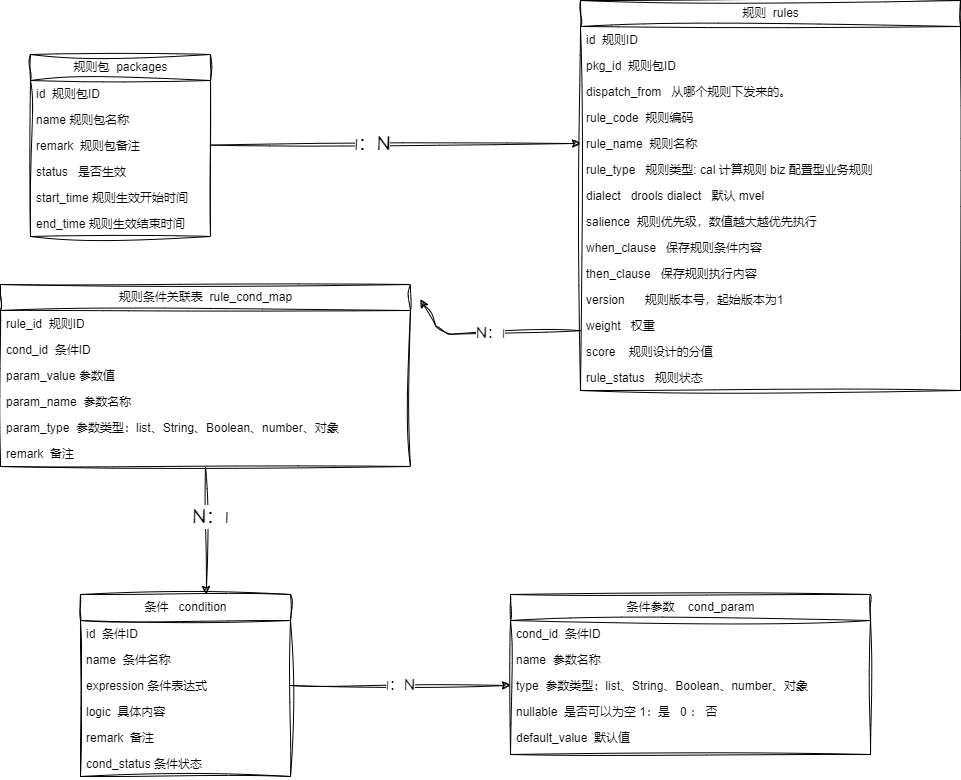
wllpeter/picture keeps this draw.io diagram as drawio/rule_engine/model_engine .png. Above is the earlier version. Source tidied: cells renumbered, new cells last; positions are measured from the earlier drawing's top-left corner, leaving out a move shared by most shapes.
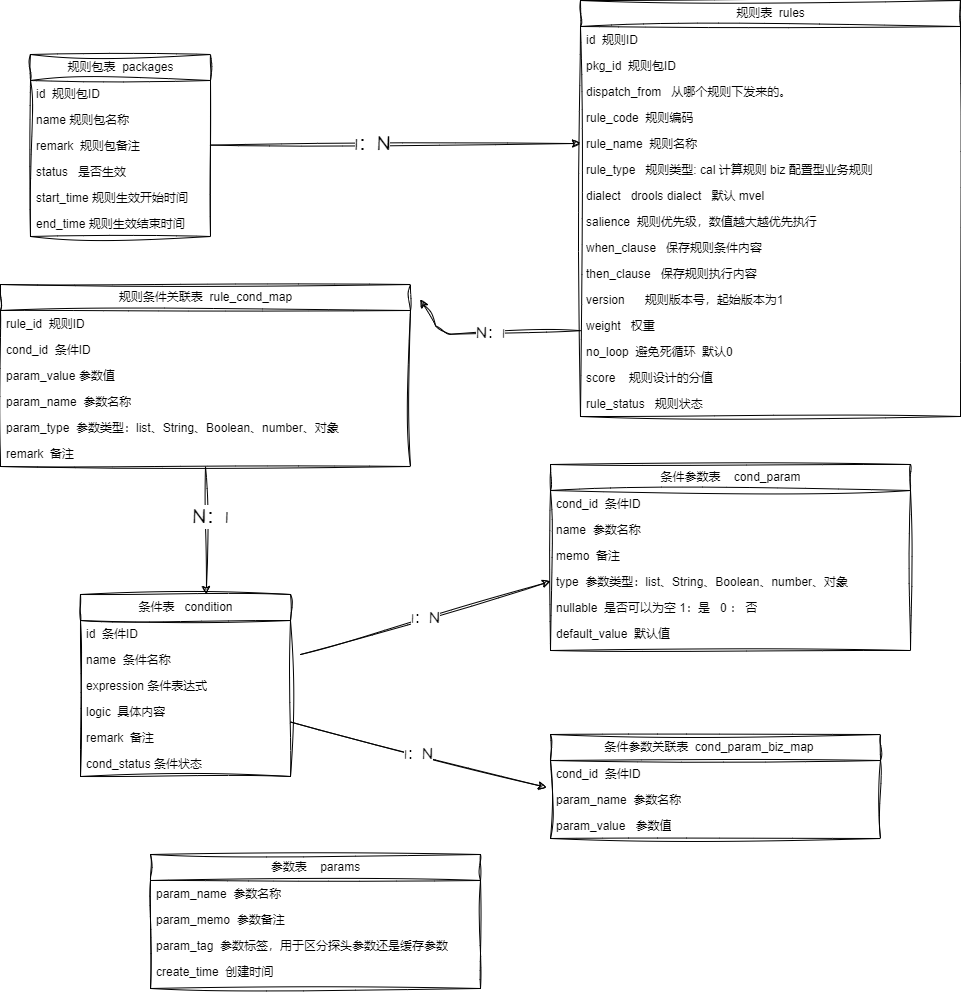
After the commit.

Commit message:
更新表结构

The edit, as a diff of the source:
```diff
@@ -2,7 +2,7 @@
   <root>
     <mxCell id="0" />
     <mxCell id="1" parent="0" />
-    <mxCell id="2" value="规则包&amp;nbsp;&amp;nbsp;packages" style="swimlane;fontStyle=0;horizontal=1;startSize=26;fillColor=none;html=1;sketch=1;curveFitting=1;jiggle=2;" parent="1" vertex="1">
+    <mxCell id="2" value="规则包表&amp;nbsp; packages" style="swimlane;fontStyle=0;horizontal=1;startSize=26;fillColor=none;html=1;sketch=1;curveFitting=1;jiggle=2;" parent="1" vertex="1">
       <mxGeometry x="30" y="54" width="180" height="182" as="geometry" />
     </mxCell>
     <mxCell id="3" value="id&amp;nbsp; 规则包ID" style="text;strokeColor=none;fillColor=none;align=left;verticalAlign=top;spacingLeft=4;spacingRight=4;overflow=hidden;whiteSpace=wrap;html=1;sketch=1;curveFitting=1;jiggle=2;" parent="2" vertex="1">
@@ -23,8 +23,8 @@
     <mxCell id="8" value="end_time 规则生效结束时间" style="text;strokeColor=none;fillColor=none;align=left;verticalAlign=top;spacingLeft=4;spacingRight=4;overflow=hidden;whiteSpace=wrap;html=1;sketch=1;curveFitting=1;jiggle=2;" parent="2" vertex="1">
       <mxGeometry y="156" width="180" height="26" as="geometry" />
     </mxCell>
-    <mxCell id="9" value="规则&amp;nbsp;&amp;nbsp;rules" style="swimlane;fontStyle=0;horizontal=1;startSize=26;fillColor=none;html=1;sketch=1;curveFitting=1;jiggle=2;" parent="1" vertex="1">
-      <mxGeometry x="580" width="380" height="390" as="geometry" />
+    <mxCell id="9" value="规则表&amp;nbsp; rules" style="swimlane;fontStyle=0;horizontal=1;startSize=26;fillColor=none;html=1;sketch=1;curveFitting=1;jiggle=2;" parent="1" vertex="1">
+      <mxGeometry x="580" width="380" height="416" as="geometry" />
     </mxCell>
     <mxCell id="10" value="id&amp;nbsp; 规则ID" style="text;strokeColor=none;fillColor=none;align=left;verticalAlign=top;spacingLeft=4;spacingRight=4;overflow=hidden;whiteSpace=wrap;html=1;sketch=1;curveFitting=1;jiggle=2;" parent="9" vertex="1">
       <mxGeometry y="26" width="380" height="26" as="geometry" />
@@ -62,13 +62,16 @@
     <mxCell id="21" value="weight&amp;nbsp; &amp;nbsp;权重" style="text;strokeColor=none;fillColor=none;align=left;verticalAlign=top;spacingLeft=4;spacingRight=4;overflow=hidden;points=[[0,0.5],[1,0.5]];portConstraint=eastwest;whiteSpace=wrap;html=1;sketch=1;curveFitting=1;jiggle=2;" parent="9" vertex="1">
       <mxGeometry y="312" width="380" height="26" as="geometry" />
     </mxCell>
+    <mxCell id="50" value="no_loop&amp;nbsp; 避免死循环&amp;nbsp; 默认0" style="text;strokeColor=none;fillColor=none;align=left;verticalAlign=top;spacingLeft=4;spacingRight=4;overflow=hidden;whiteSpace=wrap;html=1;sketch=1;curveFitting=1;jiggle=2;" parent="9" vertex="1">
+      <mxGeometry y="338" width="380" height="26" as="geometry" />
+    </mxCell>
     <mxCell id="22" value="score&amp;nbsp; &amp;nbsp;&amp;nbsp;规则设计的分值" style="text;strokeColor=none;fillColor=none;align=left;verticalAlign=top;spacingLeft=4;spacingRight=4;overflow=hidden;whiteSpace=wrap;html=1;sketch=1;curveFitting=1;jiggle=2;" parent="9" vertex="1">
-      <mxGeometry y="338" width="380" height="26" as="geometry" />
+      <mxGeometry y="364" width="380" height="26" as="geometry" />
     </mxCell>
     <mxCell id="23" value="rule_status&amp;nbsp; &amp;nbsp;规则状态" style="text;strokeColor=none;fillColor=none;align=left;verticalAlign=top;spacingLeft=4;spacingRight=4;overflow=hidden;whiteSpace=wrap;html=1;sketch=1;curveFitting=1;jiggle=2;" parent="9" vertex="1">
-      <mxGeometry y="364" width="380" height="26" as="geometry" />
+      <mxGeometry y="390" width="380" height="26" as="geometry" />
     </mxCell>
-    <mxCell id="24" value="条件&amp;nbsp; &amp;nbsp;condition" style="swimlane;fontStyle=0;horizontal=1;startSize=26;fillColor=none;html=1;sketch=1;curveFitting=1;jiggle=2;" parent="1" vertex="1">
+    <mxCell id="24" value="条件表&amp;nbsp; &amp;nbsp;condition" style="swimlane;fontStyle=0;horizontal=1;startSize=26;fillColor=none;html=1;sketch=1;curveFitting=1;jiggle=2;" parent="1" vertex="1">
       <mxGeometry x="80" y="594" width="210" height="182" as="geometry" />
     </mxCell>
     <mxCell id="25" value="id&amp;nbsp; 条件ID" style="text;strokeColor=none;fillColor=none;align=left;verticalAlign=top;spacingLeft=4;spacingRight=4;overflow=hidden;whiteSpace=wrap;html=1;sketch=1;curveFitting=1;jiggle=2;" parent="24" vertex="1">
@@ -89,8 +92,8 @@
     <mxCell id="30" value="cond_status 条件状态" style="text;strokeColor=none;fillColor=none;align=left;verticalAlign=top;spacingLeft=4;spacingRight=4;overflow=hidden;whiteSpace=wrap;html=1;sketch=1;curveFitting=1;jiggle=2;" parent="24" vertex="1">
       <mxGeometry y="156" width="210" height="26" as="geometry" />
     </mxCell>
-    <mxCell id="31" value="条件参数&amp;nbsp; &amp;nbsp;&amp;nbsp;cond_param" style="swimlane;fontStyle=0;horizontal=1;startSize=26;fillColor=none;html=1;sketch=1;curveFitting=1;jiggle=2;" parent="1" vertex="1">
-      <mxGeometry x="510" y="594" width="360" height="160" as="geometry" />
+    <mxCell id="31" value="条件参数表&amp;nbsp; &amp;nbsp; cond_param" style="swimlane;fontStyle=0;horizontal=1;startSize=26;fillColor=none;html=1;sketch=1;curveFitting=1;jiggle=2;" parent="1" vertex="1">
+      <mxGeometry x="550" y="464" width="360" height="186" as="geometry" />
     </mxCell>
     <mxCell id="32" value="cond_id&amp;nbsp; 条件ID" style="text;strokeColor=none;fillColor=none;align=left;verticalAlign=top;spacingLeft=4;spacingRight=4;overflow=hidden;whiteSpace=wrap;html=1;sketch=1;curveFitting=1;jiggle=2;" parent="31" vertex="1">
       <mxGeometry y="26" width="360" height="26" as="geometry" />
@@ -98,14 +101,17 @@
     <mxCell id="33" value="name&amp;nbsp; 参数名称" style="text;strokeColor=none;fillColor=none;align=left;verticalAlign=top;spacingLeft=4;spacingRight=4;overflow=hidden;whiteSpace=wrap;html=1;sketch=1;curveFitting=1;jiggle=2;" parent="31" vertex="1">
       <mxGeometry y="52" width="360" height="26" as="geometry" />
     </mxCell>
+    <mxCell id="51" value="memo&amp;nbsp; 备注" style="text;strokeColor=none;fillColor=none;align=left;verticalAlign=top;spacingLeft=4;spacingRight=4;overflow=hidden;whiteSpace=wrap;html=1;sketch=1;curveFitting=1;jiggle=2;" parent="31" vertex="1">
+      <mxGeometry y="78" width="360" height="26" as="geometry" />
+    </mxCell>
     <mxCell id="34" value="type&amp;nbsp; 参数类型：list、String、Boolean、number、对象" style="text;strokeColor=none;fillColor=none;align=left;verticalAlign=top;spacingLeft=4;spacingRight=4;overflow=hidden;points=[[0,0.5],[1,0.5]];portConstraint=eastwest;whiteSpace=wrap;html=1;sketch=1;curveFitting=1;jiggle=2;" parent="31" vertex="1">
-      <mxGeometry y="78" width="360" height="26" as="geometry" />
+      <mxGeometry y="104" width="360" height="26" as="geometry" />
     </mxCell>
     <mxCell id="35" value="nullable&amp;nbsp; 是否可以为空 1：是&amp;nbsp; &amp;nbsp;0 ： 否" style="text;strokeColor=none;fillColor=none;align=left;verticalAlign=top;spacingLeft=4;spacingRight=4;overflow=hidden;whiteSpace=wrap;html=1;sketch=1;curveFitting=1;jiggle=2;" parent="31" vertex="1">
-      <mxGeometry y="104" width="360" height="26" as="geometry" />
+      <mxGeometry y="130" width="360" height="26" as="geometry" />
     </mxCell>
     <mxCell id="36" value="default_value&amp;nbsp; 默认值" style="text;strokeColor=none;fillColor=none;align=left;verticalAlign=top;spacingLeft=4;spacingRight=4;overflow=hidden;whiteSpace=wrap;html=1;sketch=1;curveFitting=1;jiggle=2;" parent="31" vertex="1">
-      <mxGeometry y="130" width="360" height="30" as="geometry" />
+      <mxGeometry y="156" width="360" height="30" as="geometry" />
     </mxCell>
     <mxCell id="37" style="edgeStyle=none;sketch=1;hachureGap=4;jiggle=2;curveFitting=1;html=1;exitX=0.5;exitY=1;exitDx=0;exitDy=0;entryX=0.6;entryY=0;entryDx=0;entryDy=0;entryPerimeter=0;fontFamily=Architects Daughter;fontSource=https%3A%2F%2Ffonts.googleapis.com%2Fcss%3Ffamily%3DArchitects%2BDaughter;fontSize=16;" parent="1" edge="1" source="39" target="24">
       <mxGeometry relative="1" as="geometry" />
@@ -148,8 +154,42 @@
     <mxCell id="48" value="1：N" style="edgeLabel;html=1;align=center;verticalAlign=middle;fontSize=20;fontFamily=Architects Daughter;" parent="47" vertex="1">
       <mxGeometry x="-0.12" y="1" relative="1" as="geometry" />
     </mxCell>
-    <mxCell id="49" value="1：N" style="edgeStyle=none;sketch=1;hachureGap=4;jiggle=2;curveFitting=1;html=1;entryX=0;entryY=0.5;entryDx=0;entryDy=0;fontFamily=Architects Daughter;fontSource=https%3A%2F%2Ffonts.googleapis.com%2Fcss%3Ffamily%3DArchitects%2BDaughter;fontSize=16;" parent="1" edge="1" source="27" target="34">
-      <mxGeometry relative="1" as="geometry" />
+    <mxCell id="49" value="1：N" style="edgeStyle=none;sketch=1;hachureGap=4;jiggle=2;curveFitting=1;html=1;entryX=0;entryY=0.5;entryDx=0;entryDy=0;fontFamily=Architects Daughter;fontSource=https%3A%2F%2Ffonts.googleapis.com%2Fcss%3Ffamily%3DArchitects%2BDaughter;fontSize=16;" parent="1" edge="1" target="34">
+      <mxGeometry relative="1" as="geometry">
+        <mxPoint x="300" y="654" as="sourcePoint" />
+      </mxGeometry>
     </mxCell>
+    <mxCell id="52" value="参数表&amp;nbsp; &amp;nbsp; params" style="swimlane;fontStyle=0;horizontal=1;startSize=26;fillColor=none;html=1;sketch=1;curveFitting=1;jiggle=2;" parent="1" vertex="1">
+      <mxGeometry x="150" y="854" width="330" height="134" as="geometry" />
+    </mxCell>
+    <mxCell id="53" value="param_name&amp;nbsp; 参数名称" style="text;strokeColor=none;fillColor=none;align=left;verticalAlign=top;spacingLeft=4;spacingRight=4;overflow=hidden;whiteSpace=wrap;html=1;sketch=1;curveFitting=1;jiggle=2;" parent="52" vertex="1">
+      <mxGeometry y="26" width="330" height="26" as="geometry" />
+    </mxCell>
+    <mxCell id="54" value="param_memo&amp;nbsp; 参数备注" style="text;strokeColor=none;fillColor=none;align=left;verticalAlign=top;spacingLeft=4;spacingRight=4;overflow=hidden;whiteSpace=wrap;html=1;sketch=1;curveFitting=1;jiggle=2;" parent="52" vertex="1">
+      <mxGeometry y="52" width="330" height="26" as="geometry" />
+    </mxCell>
+    <mxCell id="55" value="param_tag&amp;nbsp;&amp;nbsp;参数标签，用于区分探头参数还是缓存参数" style="text;strokeColor=none;fillColor=none;align=left;verticalAlign=top;spacingLeft=4;spacingRight=4;overflow=hidden;whiteSpace=wrap;html=1;sketch=1;curveFitting=1;jiggle=2;" parent="52" vertex="1">
+      <mxGeometry y="78" width="330" height="26" as="geometry" />
+    </mxCell>
+    <mxCell id="56" value="create_time&amp;nbsp; 创建时间" style="text;strokeColor=none;fillColor=none;align=left;verticalAlign=top;spacingLeft=4;spacingRight=4;overflow=hidden;whiteSpace=wrap;html=1;sketch=1;curveFitting=1;jiggle=2;" parent="52" vertex="1">
+      <mxGeometry y="104" width="330" height="30" as="geometry" />
+    </mxCell>
+    <mxCell id="57" value="条件参数关联表&amp;nbsp; cond_param_biz_map&amp;nbsp; &amp;nbsp;&amp;nbsp;&lt;span style=&quot;color: rgba(0, 0, 0, 0); font-family: monospace; font-size: 0px; text-align: start;&quot;&gt;%3CmxGraphModel%3E%3Croot%3E%3CmxCell%20id%3D%220%22%2F%3E%3CmxCell%20id%3D%221%22%20parent%3D%220%22%2F%3E%3CmxCell%20id%3D%222%22%20value%3D%22%E5%8F%82%E6%95%B0%26amp%3Bnbsp%3B%20%26amp%3Bnbsp%3B%20params%22%20style%3D%22swimlane%3BfontStyle%3D0%3BchildLayout%3DstackLayout%3Bhorizontal%3D1%3BstartSize%3D26%3BfillColor%3Dnone%3BhorizontalStack%3D0%3BresizeParent%3D1%3BresizeParentMax%3D0%3BresizeLast%3D0%3Bcollapsible%3D1%3BmarginBottom%3D0%3Bhtml%3D1%3Bsketch%3D1%3BcurveFitting%3D1%3Bjiggle%3D2%3B%22%20vertex%3D%221%22%20parent%3D%221%22%3E%3CmxGeometry%20x%3D%22520%22%20y%3D%22790%22%20width%3D%22330%22%20height%3D%22134%22%20as%3D%22geometry%22%2F%3E%3C%2FmxCell%3E%3CmxCell%20id%3D%223%22%20value%3D%22param_name%26amp%3Bnbsp%3B%20%E5%8F%82%E6%95%B0%E5%90%8D%E7%A7%B0%22%20style%3D%22text%3BstrokeColor%3Dnone%3BfillColor%3Dnone%3Balign%3Dleft%3BverticalAlign%3Dtop%3BspacingLeft%3D4%3BspacingRight%3D4%3Boverflow%3Dhidden%3Brotatable%3D0%3Bpoints%3D%5B%5B0%2C0.5%5D%2C%5B1%2C0.5%5D%5D%3BportConstraint%3Deastwest%3BwhiteSpace%3Dwrap%3Bhtml%3D1%3Bsketch%3D1%3BcurveFitting%3D1%3Bjiggle%3D2%3B%22%20vertex%3D%221%22%20parent%3D%222%22%3E%3CmxGeometry%20y%3D%2226%22%20width%3D%22330%22%20height%3D%2226%22%20as%3D%22geometry%22%2F%3E%3C%2FmxCell%3E%3CmxCell%20id%3D%224%22%20value%3D%22param_memo%26amp%3Bnbsp%3B%20%E5%8F%82%E6%95%B0%E5%A4%87%E6%B3%A8%22%20style%3D%22text%3BstrokeColor%3Dnone%3BfillColor%3Dnone%3Balign%3Dleft%3BverticalAlign%3Dtop%3BspacingLeft%3D4%3BspacingRight%3D4%3Boverflow%3Dhidden%3Brotatable%3D0%3Bpoints%3D%5B%5B0%2C0.5%5D%2C%5B1%2C0.5%5D%5D%3BportConstraint%3Deastwest%3BwhiteSpace%3Dwrap%3Bhtml%3D1%3Bsketch%3D1%3BcurveFitting%3D1%3Bjiggle%3D2%3B%22%20vertex%3D%221%22%20parent%3D%222%22%3E%3CmxGeometry%20y%3D%2252%22%20width%3D%22330%22%20height%3D%2226%22%20as%3D%22geometry%22%2F%3E%3C%2FmxCell%3E%3CmxCell%20id%3D%225%22%20value%3D%22param_tag%26amp%3Bnbsp%3B%26amp%3Bnbsp%3B%E5%8F%82%E6%95%B0%E6%A0%87%E7%AD%BE%EF%BC%8C%E7%94%A8%E4%BA%8E%E5%8C%BA%E5%88%86%E6%8E%A2%E5%A4%B4%E5%8F%82%E6%95%B0%E8%BF%98%E6%98%AF%E7%BC%93%E5%AD%98%E5%8F%82%E6%95%B0%22%20style%3D%22text%3BstrokeColor%3Dnone%3BfillColor%3Dnone%3Balign%3Dleft%3BverticalAlign%3Dtop%3BspacingLeft%3D4%3BspacingRight%3D4%3Boverflow%3Dhidden%3Brotatable%3D0%3Bpoints%3D%5B%5B0%2C0.5%5D%2C%5B1%2C0.5%5D%5D%3BportConstraint%3Deastwest%3BwhiteSpace%3Dwrap%3Bhtml%3D1%3Bsketch%3D1%3BcurveFitting%3D1%3Bjiggle%3D2%3B%22%20vertex%3D%221%22%20parent%3D%222%22%3E%3CmxGeometry%20y%3D%2278%22%20width%3D%22330%22%20height%3D%2226%22%20as%3D%22geometry%22%2F%3E%3C%2FmxCell%3E%3CmxCell%20id%3D%226%22%20value%3D%22create_time%26amp%3Bnbsp%3B%20%E5%88%9B%E5%BB%BA%E6%97%B6%E9%97%B4%22%20style%3D%22text%3BstrokeColor%3Dnone%3BfillColor%3Dnone%3Balign%3Dleft%3BverticalAlign%3Dtop%3BspacingLeft%3D4%3BspacingRight%3D4%3Boverflow%3Dhidden%3Brotatable%3D0%3Bpoints%3D%5B%5B0%2C0.5%5D%2C%5B1%2C0.5%5D%5D%3BportConstraint%3Deastwest%3BwhiteSpace%3Dwrap%3Bhtml%3D1%3Bsketch%3D1%3BcurveFitting%3D1%3Bjiggle%3D2%3B%22%20vertex%3D%221%22%20parent%3D%222%22%3E%3CmxGeometry%20y%3D%22104%22%20width%3D%22330%22%20height%3D%2230%22%20as%3D%22geometry%22%2F%3E%3C%2FmxCell%3E%3C%2Froot%3E%3C%2FmxGraphModel%3E&lt;/span&gt;" style="swimlane;fontStyle=0;horizontal=1;startSize=26;fillColor=none;html=1;sketch=1;curveFitting=1;jiggle=2;" parent="1" vertex="1">
+      <mxGeometry x="550" y="734" width="330" height="104" as="geometry" />
+    </mxCell>
+    <mxCell id="58" value="cond_id&amp;nbsp; 条件ID" style="text;strokeColor=none;fillColor=none;align=left;verticalAlign=top;spacingLeft=4;spacingRight=4;overflow=hidden;points=[[0,0.5],[1,0.5]];portConstraint=eastwest;whiteSpace=wrap;html=1;sketch=1;curveFitting=1;jiggle=2;" parent="57" vertex="1">
+      <mxGeometry y="26" width="330" height="26" as="geometry" />
+    </mxCell>
+    <mxCell id="59" value="param_name&amp;nbsp; 参数名称" style="text;strokeColor=none;fillColor=none;align=left;verticalAlign=top;spacingLeft=4;spacingRight=4;overflow=hidden;whiteSpace=wrap;html=1;sketch=1;curveFitting=1;jiggle=2;" parent="57" vertex="1">
+      <mxGeometry y="52" width="330" height="26" as="geometry" />
+    </mxCell>
+    <mxCell id="60" value="param_value&amp;nbsp; &amp;nbsp;参数值" style="text;strokeColor=none;fillColor=none;align=left;verticalAlign=top;spacingLeft=4;spacingRight=4;overflow=hidden;whiteSpace=wrap;html=1;sketch=1;curveFitting=1;jiggle=2;" parent="57" vertex="1">
+      <mxGeometry y="78" width="330" height="26" as="geometry" />
+    </mxCell>
+    <mxCell id="61" value="1：N" style="edgeStyle=none;sketch=1;hachureGap=4;jiggle=2;curveFitting=1;html=1;entryX=-0.012;entryY=1.038;entryDx=0;entryDy=0;fontFamily=Architects Daughter;fontSource=https%3A%2F%2Ffonts.googleapis.com%2Fcss%3Ffamily%3DArchitects%2BDaughter;fontSize=16;entryPerimeter=0;" parent="1" edge="1" target="58">
+      <mxGeometry relative="1" as="geometry">
+        <mxPoint x="290" y="721.5" as="sourcePoint" />
+      </mxGeometry>
+    </mxCell>
   </root>
 </mxGraphModel>
```
